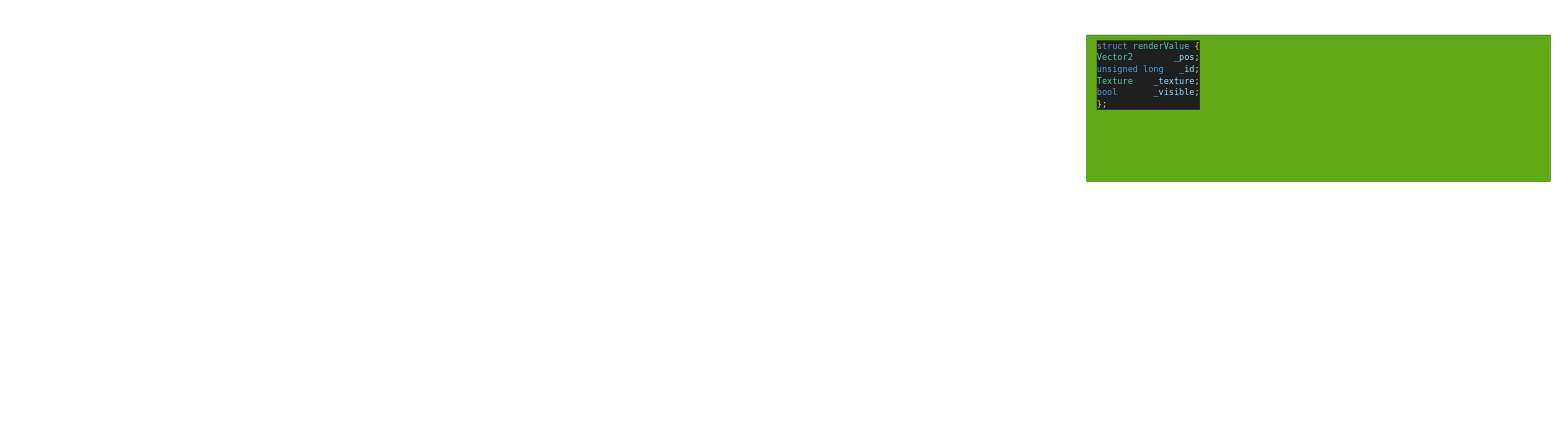
Before: note/plant.drawio in sm222/2DGameMaker, a draw.io diagram. Source tidied: cells renumbered, new cells numbered last; positions are measured from the earlier drawing's top-left corner, leaving out a move shared by most shapes. Both pictures are drawn from the tidied source at 61%, with x=0, y=0 at pixel (1086, 10).
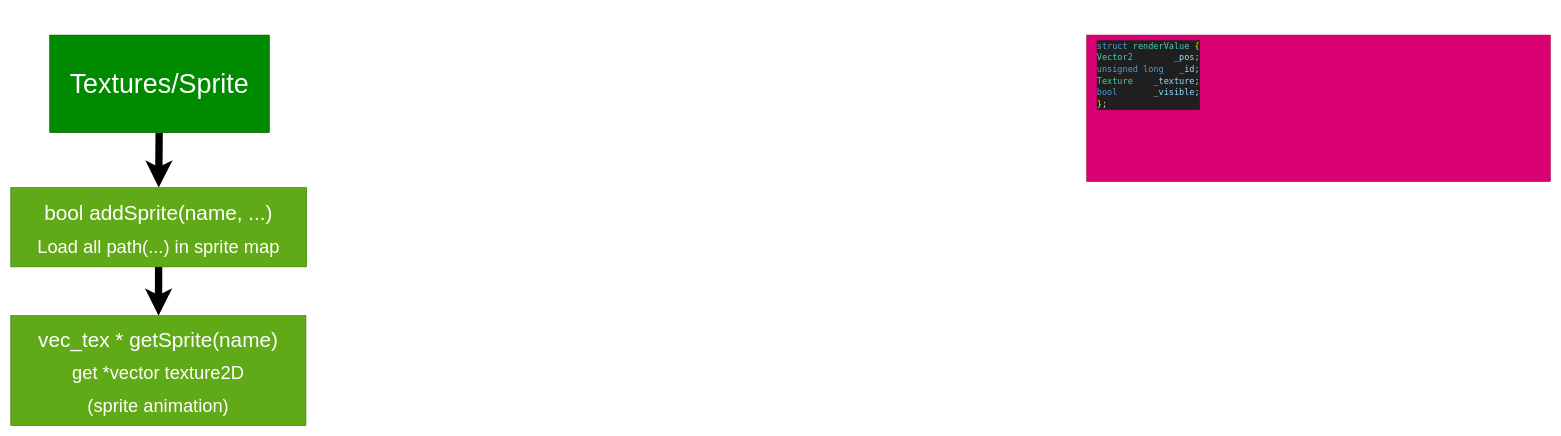
After the change.

What changed in the source:
```diff
@@
 <mxGraphModel>
   <root>
     <mxCell id="0" />
     <mxCell id="1" parent="0" />
-    <mxCell id="2" style="whiteSpace=wrap;html=1;fillColor=#60a917;fontColor=#000000;strokeColor=#2D7600;" parent="1" vertex="1">
+    <mxCell id="2" style="whiteSpace=wrap;html=1;fillColor=#d80073;fontColor=#ffffff;strokeColor=#A50040;" parent="1" vertex="1">
       <mxGeometry y="40" width="760" height="240" as="geometry" />
     </mxCell>
     <mxCell id="3" value="&lt;font style=&quot;font-size: 24px;&quot;&gt;struc and typedef&lt;/font&gt;" style="text;html=1;strokeColor=none;fillColor=none;align=center;verticalAlign=middle;whiteSpace=wrap;rounded=0;labelBackgroundColor=none;fontColor=#FFFFFF;" parent="1" vertex="1">
       <mxGeometry x="270" width="230" height="30" as="geometry" />
     </mxCell>
     <mxCell id="4" value="&lt;div style=&quot;background-color: rgb(31, 31, 31); font-family: &amp;quot;Droid Sans Mono&amp;quot;, &amp;quot;monospace&amp;quot;, monospace; font-size: 14px; line-height: 19px;&quot;&gt;&lt;div style=&quot;&quot;&gt;&lt;span style=&quot;color: rgb(204, 204, 204);&quot;&gt;&lt;span style=&quot;color: #569cd6;&quot;&gt;struct&lt;/span&gt; &lt;span style=&quot;color: #4ec9b0;&quot;&gt;renderValue&lt;/span&gt; &lt;/span&gt;&lt;font color=&quot;#ffdd00&quot;&gt;{&lt;/font&gt;&lt;/div&gt;&lt;div style=&quot;&quot;&gt;    &lt;span style=&quot;color: rgb(78, 201, 176);&quot;&gt;Vector2&lt;/span&gt;&lt;font color=&quot;#cccccc&quot;&gt;&amp;nbsp; &amp;nbsp; &amp;nbsp; &amp;nbsp;&amp;nbsp;&lt;/font&gt;&lt;span style=&quot;color: rgb(156, 220, 254);&quot;&gt;_pos&lt;/span&gt;&lt;font color=&quot;#cccccc&quot;&gt;;&lt;/font&gt;&lt;/div&gt;&lt;div style=&quot;&quot;&gt;    &lt;span style=&quot;color: rgb(86, 156, 214);&quot;&gt;unsigned&lt;/span&gt; &lt;span style=&quot;color: rgb(86, 156, 214);&quot;&gt;long&lt;/span&gt;&lt;font color=&quot;#cccccc&quot;&gt;&amp;nbsp; &amp;nbsp;&lt;/font&gt;&lt;span style=&quot;color: rgb(156, 220, 254);&quot;&gt;_id&lt;/span&gt;&lt;font color=&quot;#cccccc&quot;&gt;;&lt;/font&gt;&lt;/div&gt;&lt;div style=&quot;&quot;&gt;&lt;span style=&quot;color: rgb(78, 201, 176);&quot;&gt;Texture&lt;/span&gt;&lt;font color=&quot;#cccccc&quot;&gt;&amp;nbsp; &amp;nbsp;&amp;nbsp;&lt;/font&gt;&lt;span style=&quot;color: rgb(156, 220, 254);&quot;&gt;_texture&lt;/span&gt;&lt;font color=&quot;#cccccc&quot;&gt;;&lt;/font&gt;&lt;/div&gt;&lt;div style=&quot;&quot;&gt;    &lt;span style=&quot;color: rgb(86, 156, 214);&quot;&gt;bool&lt;/span&gt;&lt;font color=&quot;#cccccc&quot;&gt;&amp;nbsp; &amp;nbsp; &amp;nbsp; &amp;nbsp;&lt;/font&gt;&lt;span style=&quot;color: rgb(156, 220, 254);&quot;&gt;_visible&lt;/span&gt;&lt;font color=&quot;#cccccc&quot;&gt;;&lt;/font&gt;&lt;/div&gt;&lt;div style=&quot;&quot;&gt;&lt;font color=&quot;#ffdd00&quot;&gt;}&lt;/font&gt;&lt;span style=&quot;color: rgb(204, 204, 204);&quot;&gt;;&lt;/span&gt;&lt;/div&gt;&lt;/div&gt;" style="text;html=1;align=left;verticalAlign=middle;strokeColor=none;fillColor=none;fontSize=24;fontColor=#FFFFFF;" parent="1" vertex="1">
       <mxGeometry x="15" y="40" width="190" height="130" as="geometry" />
     </mxCell>
+    <mxCell id="5" style="edgeStyle=none;html=1;entryX=0.5;entryY=0;entryDx=0;entryDy=0;fontSize=34;strokeWidth=12;" parent="1" edge="1" source="6" target="8">
+      <mxGeometry relative="1" as="geometry" />
+    </mxCell>
+    <mxCell id="6" value="&lt;div style=&quot;&quot;&gt;&lt;span style=&quot;font-size: 44px;&quot;&gt;Textures/Sprite&lt;/span&gt;&lt;/div&gt;" style="whiteSpace=wrap;html=1;fillColor=#008a00;fontColor=#ffffff;strokeColor=#005700;align=center;" parent="1" vertex="1">
+      <mxGeometry x="-1700" y="40" width="360" height="160" as="geometry" />
+    </mxCell>
+    <mxCell id="7" style="edgeStyle=none;html=1;strokeWidth=12;fontSize=30;" parent="1" edge="1" source="8" target="9">
+      <mxGeometry relative="1" as="geometry" />
+    </mxCell>
+    <mxCell id="8" value="&lt;span style=&quot;font-size: 34px;&quot;&gt;bool addSprite(name, ...)&lt;/span&gt;&lt;br&gt;&lt;font style=&quot;font-size: 30px;&quot;&gt;Load all path(...) in sprite map&lt;/font&gt;" style="whiteSpace=wrap;html=1;fontSize=44;fillColor=#60a917;fontColor=#ffffff;strokeColor=#2D7600;" parent="1" vertex="1">
+      <mxGeometry x="-1763.8" y="290" width="485" height="130" as="geometry" />
+    </mxCell>
+    <mxCell id="9" value="&lt;span style=&quot;font-size: 34px;&quot;&gt;vec_tex * getSprite(name)&lt;/span&gt;&lt;br&gt;&lt;span style=&quot;font-size: 30px;&quot;&gt;get *vector texture2D &lt;br&gt;(sprite animation)&lt;/span&gt;" style="whiteSpace=wrap;html=1;fontSize=44;fillColor=#60a917;fontColor=#ffffff;strokeColor=#2D7600;" parent="1" vertex="1">
+      <mxGeometry x="-1763.8" y="500" width="483.8" height="180" as="geometry" />
+    </mxCell>
   </root>
 </mxGraphModel>
```
